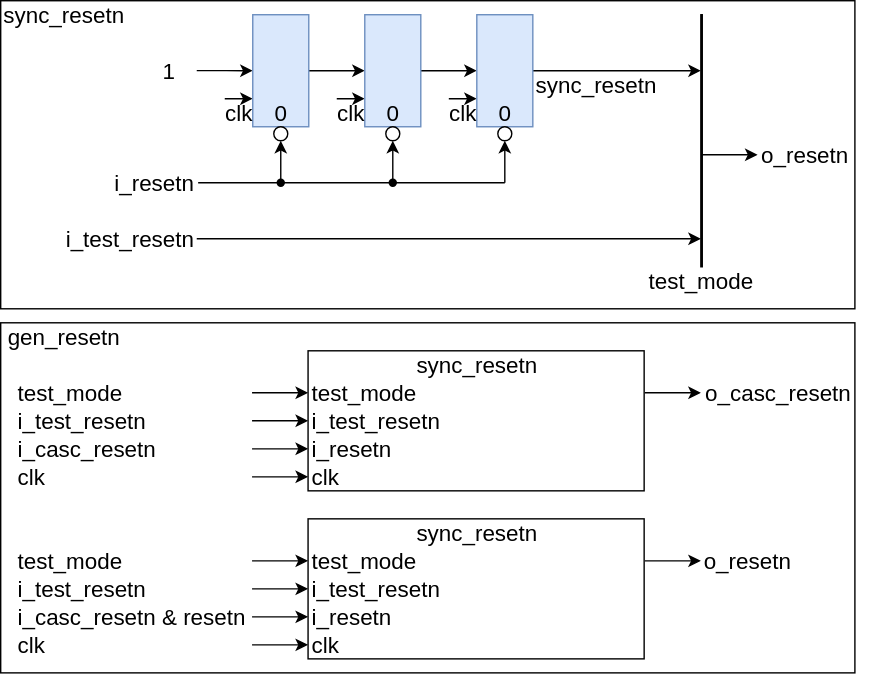
jnjnliwenjie0022/obs keeps this draw.io diagram as de/platform_clk_resetn_gen/sync_resetn/include/resetn_design.svg. Above is the earlier version. Source tidied: cells renumbered, new cells last; positions are measured from the earlier drawing's top-left corner, leaving out a move shared by most shapes.
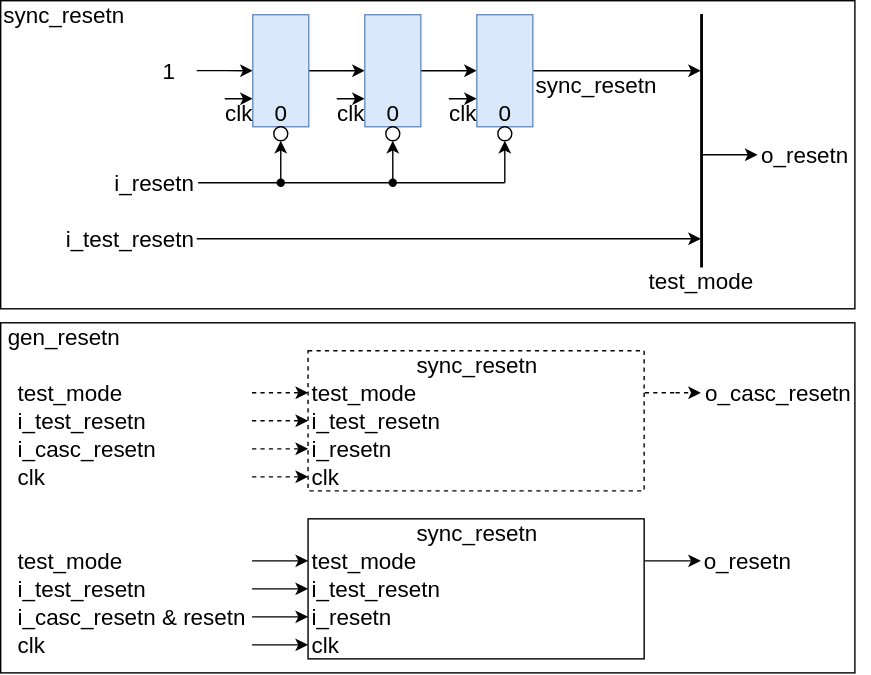
The same file after the commit.

Change to the diagram source:
```diff
@@ -139,48 +139,48 @@
     <mxCell id="38" value="sync_resetn" style="rounded=0;whiteSpace=wrap;html=1;fontSize=16;fillColor=none;strokeColor=none;align=center;" parent="1" vertex="1">
       <mxGeometry width="90" height="20" as="geometry" />
     </mxCell>
-    <mxCell id="39" style="rounded=0;whiteSpace=wrap;html=1;fontSize=16;" parent="1" vertex="1">
+    <mxCell id="39" style="rounded=0;whiteSpace=wrap;html=1;fontSize=16;dashed=1;" parent="1" vertex="1">
       <mxGeometry x="219.5" y="250" width="240" height="100" as="geometry" />
     </mxCell>
-    <mxCell id="40" value="sync_resetn" style="rounded=0;whiteSpace=wrap;html=1;fontSize=16;fillColor=none;strokeColor=none;align=center;" parent="1" vertex="1">
+    <mxCell id="40" value="sync_resetn" style="rounded=0;whiteSpace=wrap;html=1;fontSize=16;fillColor=none;strokeColor=none;align=center;dashed=1;" parent="1" vertex="1">
       <mxGeometry x="294.5" y="250" width="90" height="20" as="geometry" />
     </mxCell>
-    <mxCell id="41" style="edgeStyle=orthogonalEdgeStyle;rounded=0;jettySize=auto;html=1;" parent="1" edge="1" target="42">
+    <mxCell id="41" style="edgeStyle=orthogonalEdgeStyle;rounded=0;jettySize=auto;html=1;dashed=1;" parent="1" edge="1" target="42">
       <mxGeometry relative="1" as="geometry">
         <mxPoint x="179.5" y="280" as="sourcePoint" />
       </mxGeometry>
     </mxCell>
-    <mxCell id="42" value="test_mode" style="rounded=0;whiteSpace=wrap;html=1;fontSize=16;fillColor=none;strokeColor=none;align=left;" parent="1" vertex="1">
+    <mxCell id="42" value="test_mode" style="rounded=0;whiteSpace=wrap;html=1;fontSize=16;fillColor=none;strokeColor=none;align=left;dashed=1;" parent="1" vertex="1">
       <mxGeometry x="219.5" y="270" width="90" height="20" as="geometry" />
     </mxCell>
-    <mxCell id="43" style="edgeStyle=orthogonalEdgeStyle;rounded=0;jettySize=auto;html=1;" parent="1" edge="1" target="44">
+    <mxCell id="43" style="edgeStyle=orthogonalEdgeStyle;rounded=0;jettySize=auto;html=1;dashed=1;" parent="1" edge="1" target="44">
       <mxGeometry relative="1" as="geometry">
         <mxPoint x="179.5" y="320" as="sourcePoint" />
       </mxGeometry>
     </mxCell>
-    <mxCell id="44" value="i_resetn" style="rounded=0;whiteSpace=wrap;html=1;fontSize=16;fillColor=none;strokeColor=none;align=left;" parent="1" vertex="1">
+    <mxCell id="44" value="i_resetn" style="rounded=0;whiteSpace=wrap;html=1;fontSize=16;fillColor=none;strokeColor=none;align=left;dashed=1;" parent="1" vertex="1">
       <mxGeometry x="219.5" y="310" width="90" height="20" as="geometry" />
     </mxCell>
-    <mxCell id="45" style="edgeStyle=orthogonalEdgeStyle;rounded=0;jettySize=auto;html=1;" parent="1" edge="1" target="46">
+    <mxCell id="45" style="edgeStyle=orthogonalEdgeStyle;rounded=0;jettySize=auto;html=1;dashed=1;" parent="1" edge="1" target="46">
       <mxGeometry relative="1" as="geometry">
         <mxPoint x="179.5" y="300" as="sourcePoint" />
       </mxGeometry>
     </mxCell>
-    <mxCell id="46" value="i_test_resetn" style="rounded=0;whiteSpace=wrap;html=1;fontSize=16;fillColor=none;strokeColor=none;align=left;" parent="1" vertex="1">
+    <mxCell id="46" value="i_test_resetn" style="rounded=0;whiteSpace=wrap;html=1;fontSize=16;fillColor=none;strokeColor=none;align=left;dashed=1;" parent="1" vertex="1">
       <mxGeometry x="219.5" y="290" width="90" height="20" as="geometry" />
     </mxCell>
-    <mxCell id="47" style="edgeStyle=orthogonalEdgeStyle;rounded=0;orthogonalLoop=1;jettySize=auto;html=1;" parent="1" edge="1">
+    <mxCell id="47" style="edgeStyle=orthogonalEdgeStyle;rounded=0;orthogonalLoop=1;jettySize=auto;html=1;dashed=1;" parent="1" edge="1">
       <mxGeometry relative="1" as="geometry">
         <mxPoint x="460" y="280" as="sourcePoint" />
         <mxPoint x="500" y="280" as="targetPoint" />
       </mxGeometry>
     </mxCell>
-    <mxCell id="48" style="edgeStyle=orthogonalEdgeStyle;rounded=0;jettySize=auto;html=1;" parent="1" edge="1" target="49">
+    <mxCell id="48" style="edgeStyle=orthogonalEdgeStyle;rounded=0;jettySize=auto;html=1;dashed=1;" parent="1" edge="1" target="49">
       <mxGeometry relative="1" as="geometry">
         <mxPoint x="179.5" y="340" as="sourcePoint" />
       </mxGeometry>
     </mxCell>
-    <mxCell id="49" value="clk" style="rounded=0;whiteSpace=wrap;html=1;fontSize=16;fillColor=none;strokeColor=none;align=left;" parent="1" vertex="1">
+    <mxCell id="49" value="clk" style="rounded=0;whiteSpace=wrap;html=1;fontSize=16;fillColor=none;strokeColor=none;align=left;dashed=1;" parent="1" vertex="1">
       <mxGeometry x="219.5" y="330" width="90" height="20" as="geometry" />
     </mxCell>
     <mxCell id="50" value="clk" style="rounded=0;whiteSpace=wrap;html=1;fontSize=16;fillColor=none;strokeColor=none;align=left;" parent="1" vertex="1">
@@ -195,7 +195,7 @@
     <mxCell id="53" value="i_test_resetn" style="rounded=0;whiteSpace=wrap;html=1;fontSize=16;fillColor=none;strokeColor=none;align=left;" parent="1" vertex="1">
       <mxGeometry x="10" y="290" width="169.5" height="20" as="geometry" />
     </mxCell>
-    <mxCell id="54" value="o_casc_resetn" style="rounded=0;whiteSpace=wrap;html=1;fontSize=16;fillColor=none;strokeColor=none;align=left;" parent="1" vertex="1">
+    <mxCell id="54" value="o_casc_resetn" style="rounded=0;whiteSpace=wrap;html=1;fontSize=16;fillColor=none;strokeColor=none;align=left;dashed=1;" parent="1" vertex="1">
       <mxGeometry x="501" y="270" width="110" height="20" as="geometry" />
     </mxCell>
     <mxCell id="55" style="rounded=0;whiteSpace=wrap;html=1;fontSize=16;" parent="1" vertex="1">
```
